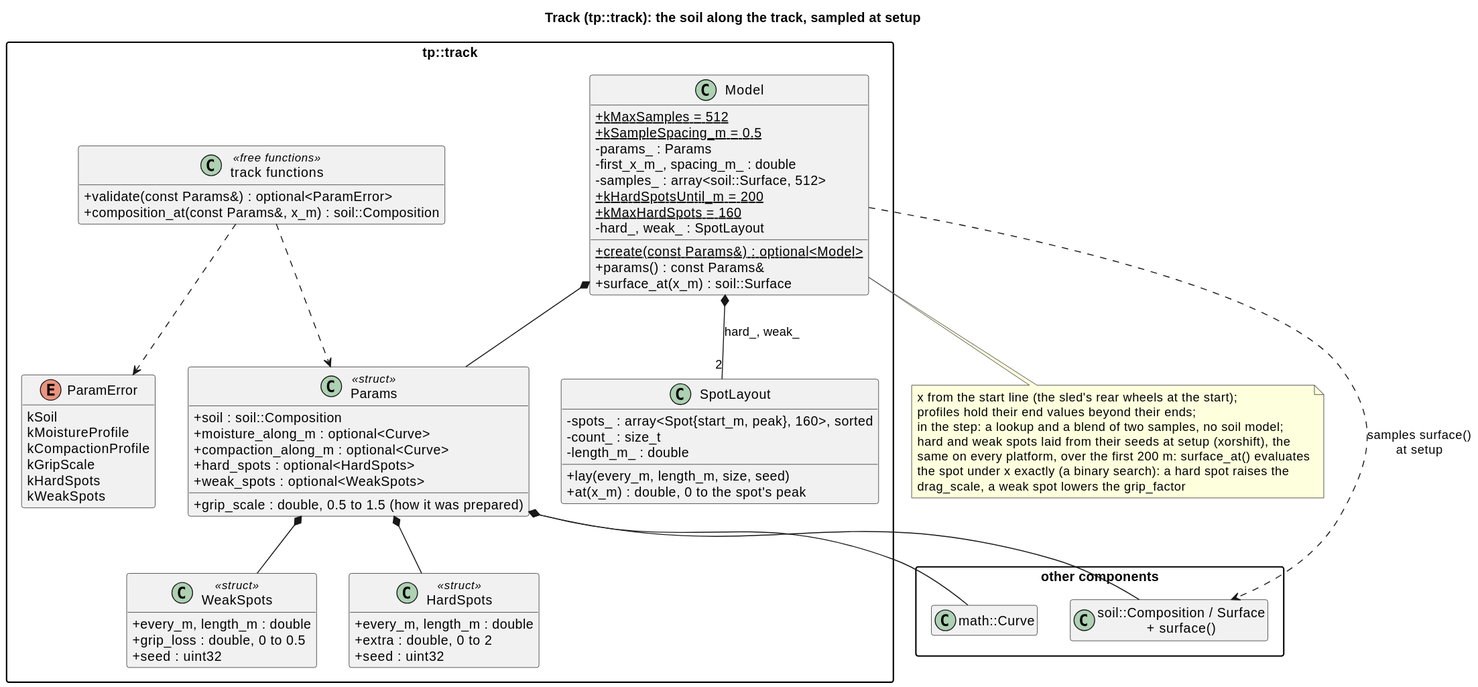
Above: docs/diagrams/svg/track_classes.svg in wversteeg/TractorPulling (PlantUML), before the change.
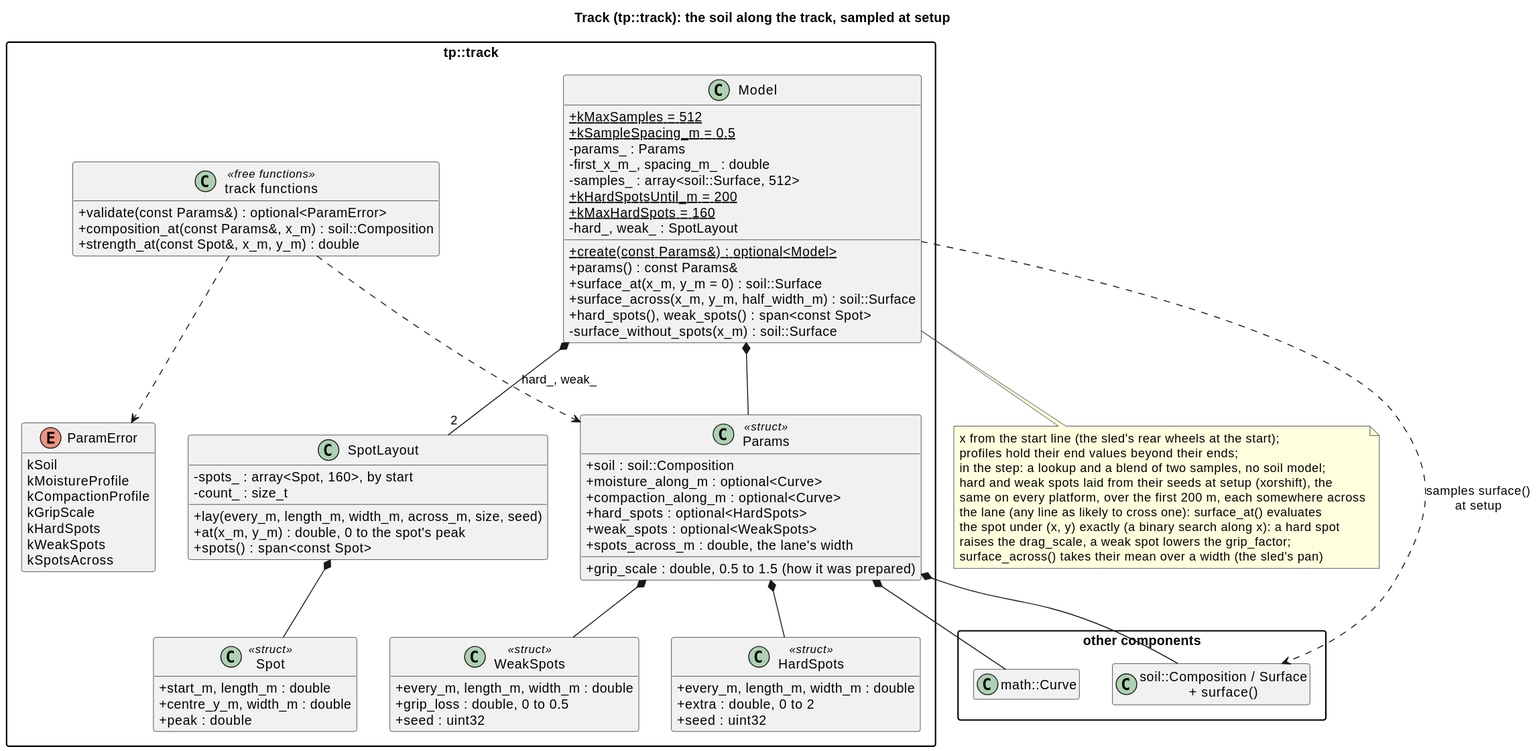
The same file after the commit.

Change to the diagram source:
```diff
@@ -17,23 +17,29 @@
     +grip_scale : double, 0.5 to 1.5 (how it was prepared)
     +hard_spots : optional<HardSpots>
     +weak_spots : optional<WeakSpots>
+    +spots_across_m : double, the lane's width
   }
   class HardSpots <<struct>> {
-    +every_m, length_m : double
+    +every_m, length_m, width_m : double
     +extra : double, 0 to 2
     +seed : uint32
   }
   class WeakSpots <<struct>> {
-    +every_m, length_m : double
+    +every_m, length_m, width_m : double
     +grip_loss : double, 0 to 0.5
     +seed : uint32
   }
+  class Spot <<struct>> {
+    +start_m, length_m : double
+    +centre_y_m, width_m : double
+    +peak : double
+  }
   class SpotLayout {
-    -spots_ : array<Spot{start_m, peak}, 160>, sorted
+    -spots_ : array<Spot, 160>, by start
     -count_ : size_t
-    -length_m_ : double
-    +lay(every_m, length_m, size, seed)
-    +at(x_m) : double, 0 to the spot's peak
+    +lay(every_m, length_m, width_m, across_m, size, seed)
+    +at(x_m, y_m) : double, 0 to the spot's peak
+    +spots() : span<const Spot>
   }
   class Model {
     +{static} kMaxSamples = 512
@@ -46,7 +52,10 @@
     -hard_, weak_ : SpotLayout
     +{static} create(const Params&) : optional<Model>
     +params() : const Params&
-    +surface_at(x_m) : soil::Surface
+    +surface_at(x_m, y_m = 0) : soil::Surface
+    +surface_across(x_m, y_m, half_width_m) : soil::Surface
+    +hard_spots(), weak_spots() : span<const Spot>
+    -surface_without_spots(x_m) : soil::Surface
   }
   enum ParamError {
     kSoil
@@ -55,15 +64,18 @@
     kGripScale
     kHardSpots
     kWeakSpots
+    kSpotsAcross
   }
   class "track functions" as TrackFns <<free functions>> {
     +validate(const Params&) : optional<ParamError>
     +composition_at(const Params&, x_m) : soil::Composition
+    +strength_at(const Spot&, x_m, y_m) : double
   }
   Model *-- Params
   Params *-- HardSpots
   Params *-- WeakSpots
   Model *-- "2" SpotLayout : hard_, weak_
+  SpotLayout *-- Spot
   TrackFns ..> Params
   TrackFns ..> ParamError
 }
@@ -75,8 +87,10 @@
   profiles hold their end values beyond their ends;
   in the step: a lookup and a blend of two samples, no soil model;
   hard and weak spots laid from their seeds at setup (xorshift), the
-  same on every platform, over the first 200 m: surface_at() evaluates
-  the spot under x exactly (a binary search): a hard spot raises the
-  drag_scale, a weak spot lowers the grip_factor
+  same on every platform, over the first 200 m, each somewhere across
+  the lane (any line as likely to cross one): surface_at() evaluates
+  the spot under (x, y) exactly (a binary search along x): a hard spot
+  raises the drag_scale, a weak spot lowers the grip_factor;
+  surface_across() takes their mean over a width (the sled's pan)
 end note
 @enduml
```
